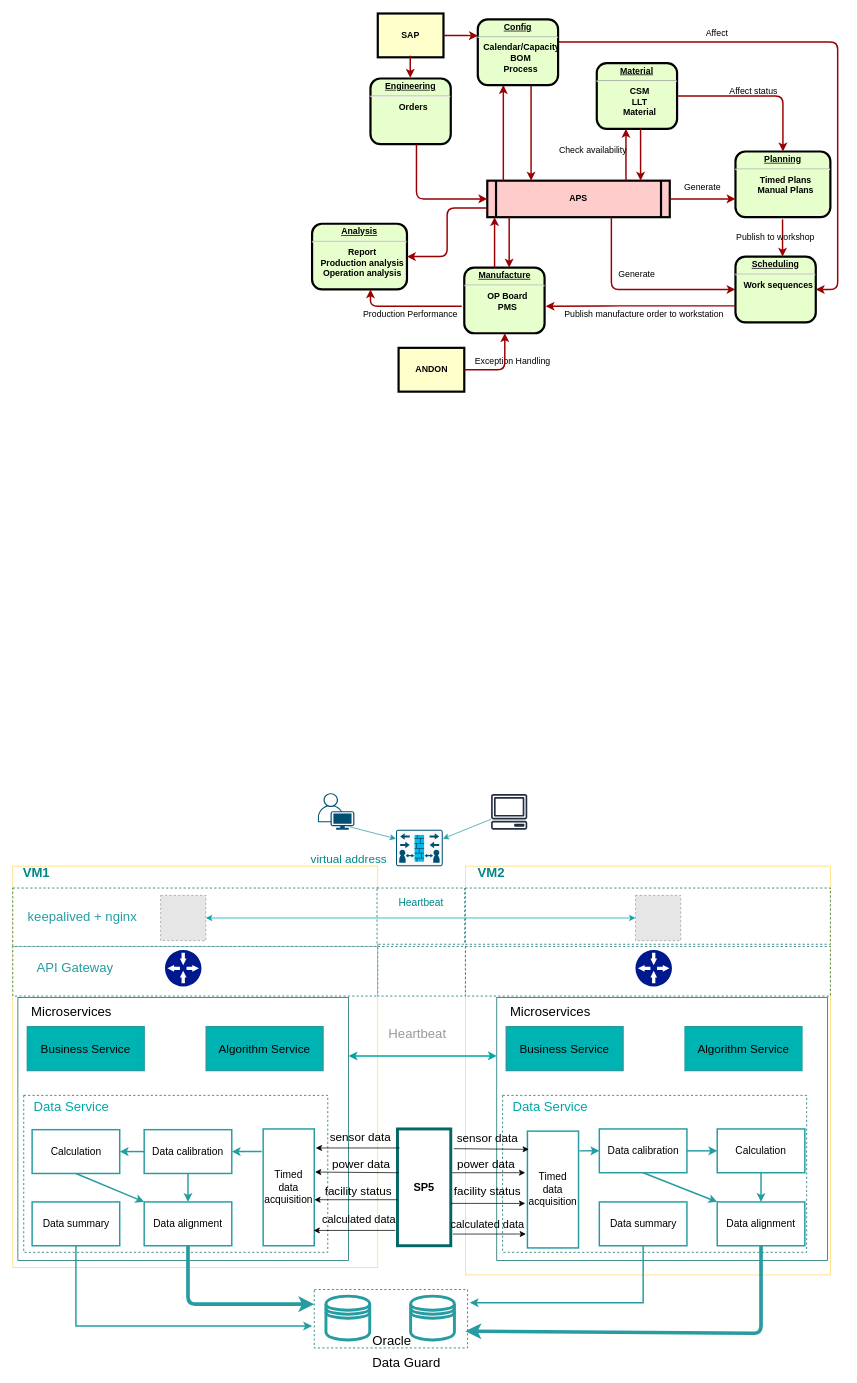
This is Untitled Diagram.drawio from chinaxiaonan/ant-design, a draw.io file, before an edit. Source tidied: cells renumbered, new cells numbered last; positions are measured from the earlier drawing's top-left corner, leaving out a move shared by most shapes. Both pictures are drawn from the tidied source at 73%, with x=0, y=0 at pixel (12, 13). Pictures stored in the file or linked from it are replaced by grey dashed boxes.
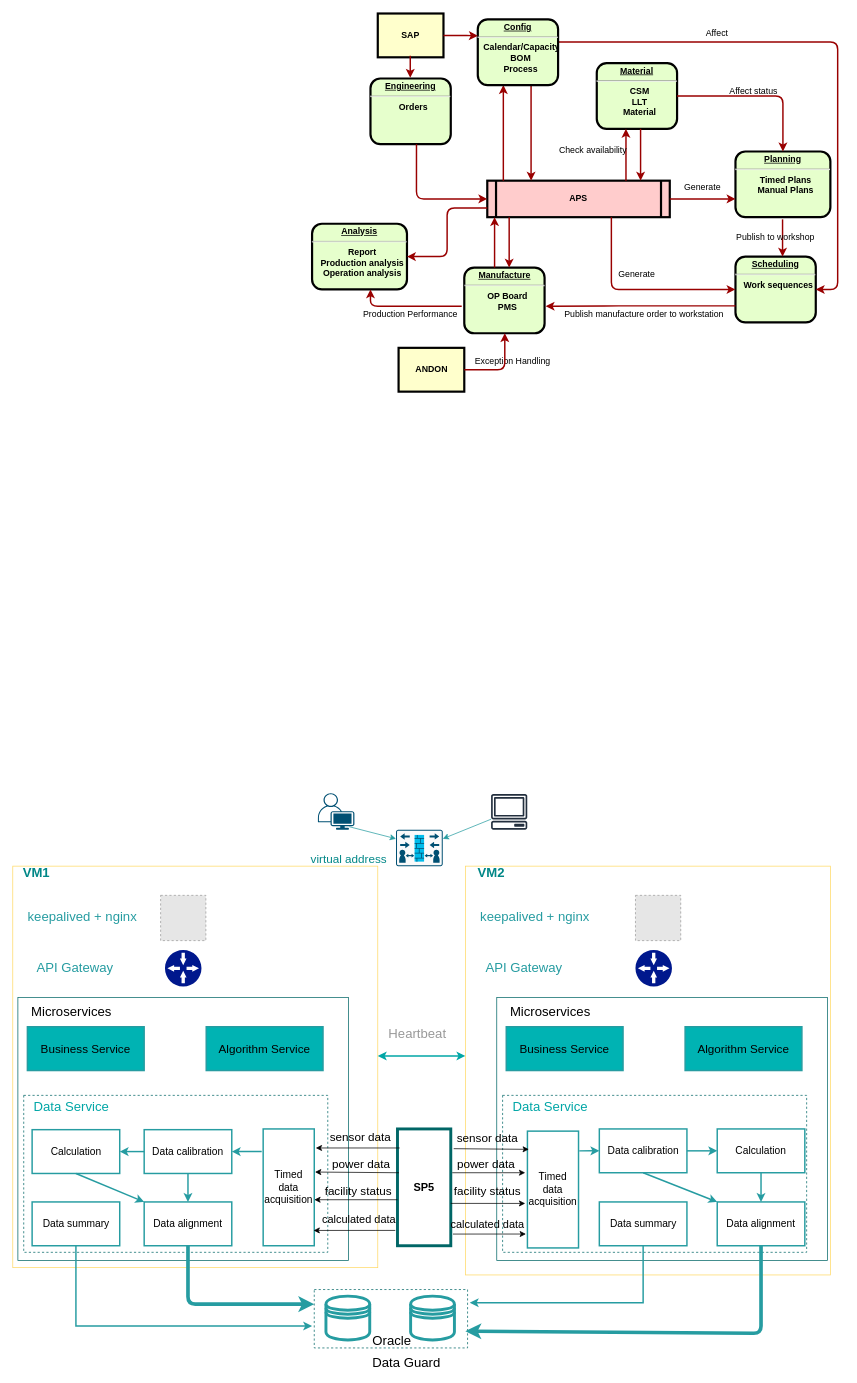
After the change.

The change refers to these unchanged cells:
```xml
<mxCell id="76" style="rounded=0;whiteSpace=wrap;html=1;strokeWidth=1;strokeColor=#006666;" parent="1" vertex="1">
  <mxGeometry x="663" y="1348" width="453" height="360.1" as="geometry" />
</mxCell>
<mxCell id="111" style="fillColor=#E6E6E6;strokeColor=#999999;dashed=1;html=1;verticalAlign=top;verticalLabelPosition=bottom;labelBackgroundColor=#ffffff;" parent="1" vertex="1">
  <mxGeometry x="853" y="1208" width="62" height="62" as="geometry" />
</mxCell>
<mxCell id="114" style="fillColor=#E6E6E6;strokeColor=#999999;dashed=1;html=1;verticalAlign=top;verticalLabelPosition=bottom;labelBackgroundColor=#ffffff;" parent="1" vertex="1">
  <mxGeometry x="202.5" y="1208" width="62" height="62" as="geometry" />
</mxCell>
```

Change to the diagram source:
```diff
@@
-    <mxCell id="101" style="endArrow=classic;startArrow=classic;html=1;strokeColor=#00A6A6;entryX=0;entryY=0.222;entryDx=0;entryDy=0;entryPerimeter=0;strokeWidth=2;" parent="1" edge="1" target="76">
+    <mxCell id="101" style="endArrow=classic;startArrow=classic;html=1;strokeColor=#00A6A6;strokeWidth=2;" parent="1" edge="1">
       <mxGeometry relative="1" as="geometry">
-        <mxPoint x="460" y="1428" as="sourcePoint" />
+        <mxPoint x="500" y="1428" as="sourcePoint" />
+        <mxPoint x="620" y="1428" as="targetPoint" />
       </mxGeometry>
     </mxCell>
@@
-    <mxCell id="104" style="rounded=0;whiteSpace=wrap;html=1;strokeWidth=1;strokeColor=#006666;dashed=1;" parent="1" vertex="1">
-      <mxGeometry y="1278" width="500" height="68" as="geometry" />
-    </mxCell>
@@
-    <mxCell id="107" style="rounded=0;whiteSpace=wrap;html=1;strokeWidth=1;strokeColor=#006666;dashed=1;" parent="1" vertex="1">
-      <mxGeometry x="620" y="1278" width="500" height="68" as="geometry" />
-    </mxCell>
@@
-    <mxCell id="109" style="rounded=0;whiteSpace=wrap;html=1;strokeWidth=1;strokeColor=#006666;dashed=1;" parent="1" vertex="1">
-      <mxGeometry x="500" y="1278" width="120" height="68" as="geometry" />
-    </mxCell>
-    <mxCell id="110" style="rounded=0;whiteSpace=wrap;html=1;strokeWidth=1;strokeColor=#006666;dashed=1;" parent="1" vertex="1">
-      <mxGeometry x="620" y="1198" width="500" height="77" as="geometry" />
-    </mxCell>
@@
-    <mxCell id="112" style="rounded=0;whiteSpace=wrap;html=1;strokeWidth=1;strokeColor=#006666;dashed=1;" parent="1" vertex="1">
-      <mxGeometry y="1198" width="500" height="80" as="geometry" />
-    </mxCell>
@@
-    <mxCell id="115" style="rounded=0;whiteSpace=wrap;html=1;strokeWidth=1;strokeColor=#006666;dashed=1;" parent="1" vertex="1">
-      <mxGeometry x="499" y="1198" width="120" height="77" as="geometry" />
-    </mxCell>
-    <mxCell id="116" value="&lt;font color=&quot;#008787&quot; style=&quot;font-size: 14px&quot;&gt;Heartbeat&lt;/font&gt;" style="text;html=1;align=center;verticalAlign=middle;fillColor=none;strokeColor=none;rounded=0;strokeWidth=4;" parent="1" vertex="1">
-      <mxGeometry x="519" y="1208" width="80" height="20" as="geometry" />
-    </mxCell>
-    <mxCell id="117" style="endArrow=classic;startArrow=classic;html=1;strokeColor=#00A6A6;entryX=0;entryY=0.5;entryDx=0;entryDy=0;" parent="1" edge="1" source="114" target="111">
-      <mxGeometry relative="1" as="geometry" />
-    </mxCell>
@@
+    <mxCell id="121" value="&lt;font style=&quot;font-size: 18px&quot; color=&quot;#269ca1&quot;&gt;API Gateway&lt;/font&gt;" style="text;html=1;align=center;verticalAlign=middle;fillColor=none;strokeColor=none;rounded=0;strokeWidth=4;" parent="1" vertex="1">
+      <mxGeometry x="640" y="1298" width="120" height="20" as="geometry" />
+    </mxCell>
+    <mxCell id="122" value="&lt;font style=&quot;font-size: 18px&quot; color=&quot;#269ca1&quot;&gt;keepalived + nginx&lt;/font&gt;" style="text;html=1;align=center;verticalAlign=middle;fillColor=none;strokeColor=none;rounded=0;strokeWidth=4;" parent="1" vertex="1">
+      <mxGeometry x="630" y="1228" width="170" height="20" as="geometry" />
+    </mxCell>
```
